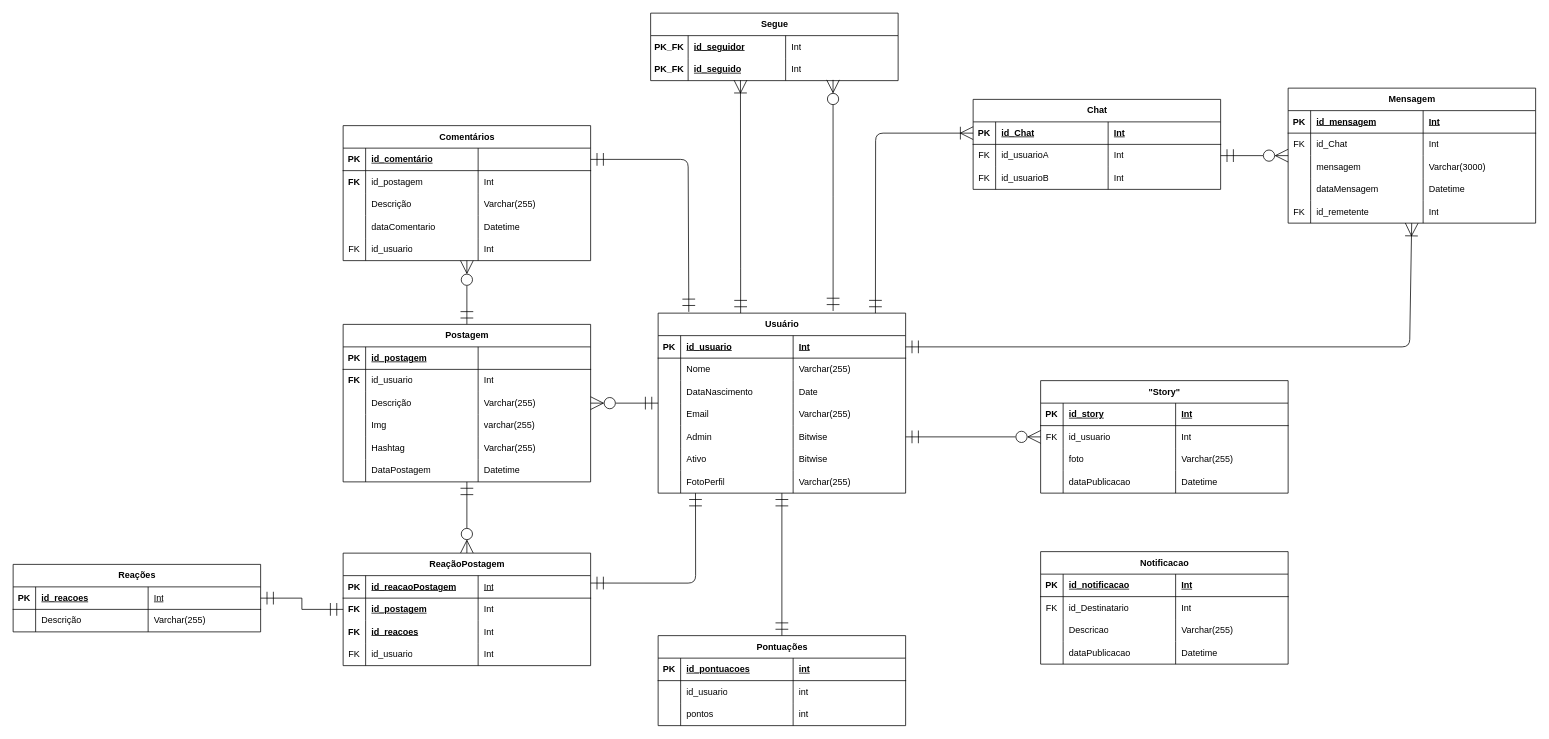
This is plans/db_modeling.drawio from wallacin07/SocialMedia_WebProject, a draw.io file, before an edit. Source tidied: cells renumbered, new cells numbered last; positions are measured from the earlier drawing's top-left corner, leaving out a move shared by most shapes. Both pictures are drawn from the tidied source at 75%, with x=0, y=0 at pixel (13, 13).
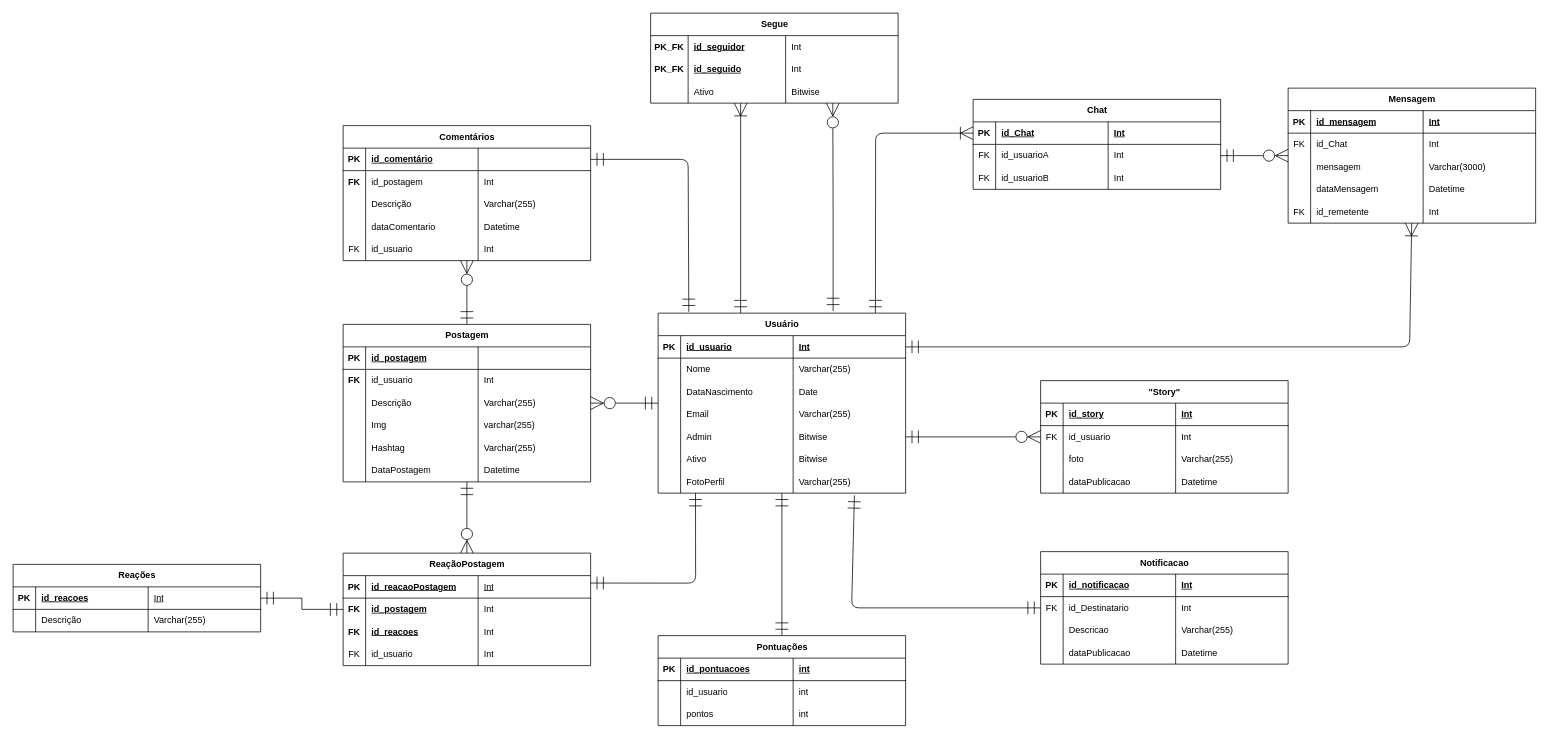
The same page after the edit.

Commit message:
cabo por hj

The change refers to these unchanged cells:
```xml
<mxCell id="4" value="Usuário" style="shape=table;startSize=30;childLayout=tableLayout;rowLines=0;fontStyle=1;align=center;html=1;" parent="1" vertex="1">
  <mxGeometry x="860" y="400" width="330" height="240" as="geometry" />
</mxCell>
<mxCell id="29" style="shape=tableRow;horizontal=0;startSize=0;swimlaneHead=0;swimlaneBody=0;fillColor=none;points=[[0,0.5],[1,0.5]];portConstraint=eastwest;top=0;left=0;right=0;bottom=0;" parent="4" vertex="1">
  <mxGeometry y="210" width="330" height="30" as="geometry" />
</mxCell>
<mxCell id="106" style="shape=tableRow;horizontal=0;startSize=0;swimlaneHead=0;swimlaneBody=0;fillColor=none;points=[[0,0.5],[1,0.5]];portConstraint=eastwest;top=0;left=0;right=0;bottom=0;" parent="101" vertex="1">
  <mxGeometry y="60" width="330" height="30" as="geometry" />
</mxCell>
<mxCell id="193" style="shape=tableRow;horizontal=0;startSize=0;swimlaneHead=0;swimlaneBody=0;fillColor=none;points=[[0,0.5],[1,0.5]];portConstraint=eastwest;top=0;left=0;right=0;bottom=0;" parent="188" vertex="1">
  <mxGeometry y="60" width="330" height="30" as="geometry" />
</mxCell>
```

What changed in the source:
```diff
@@
-    <mxCell id="3" style="edgeStyle=orthogonalEdgeStyle;rounded=0;jettySize=auto;html=1;entryX=0.737;entryY=0.966;entryDx=0;entryDy=0;entryPerimeter=0;endSize=15;startSize=15;endArrow=ERzeroToMany;endFill=0;startArrow=ERmandOne;startFill=0;exitX=0.707;exitY=-0.012;exitDx=0;exitDy=0;exitPerimeter=0;" parent="1" edge="1" source="4" target="106">
+    <mxCell id="3" style="edgeStyle=orthogonalEdgeStyle;rounded=0;jettySize=auto;html=1;endSize=15;startSize=15;endArrow=ERzeroToMany;endFill=0;startArrow=ERmandOne;startFill=0;exitX=0.707;exitY=-0.012;exitDx=0;exitDy=0;exitPerimeter=0;entryX=0.736;entryY=1.005;entryDx=0;entryDy=0;entryPerimeter=0;" parent="1" edge="1" source="4" target="206">
       <mxGeometry relative="1" as="geometry" />
     </mxCell>
@@
     <mxCell id="101" value="Segue" style="shape=table;startSize=30;childLayout=tableLayout;rowLines=0;fontStyle=1;align=center;html=1;" parent="1" vertex="1">
-      <mxGeometry x="850" width="330" height="90" as="geometry" />
+      <mxGeometry x="850" width="330" height="120" as="geometry" />
     </mxCell>
@@
+    <mxCell id="206" style="shape=tableRow;horizontal=0;startSize=0;swimlaneHead=0;swimlaneBody=0;fillColor=none;points=[[0,0.5],[1,0.5]];portConstraint=eastwest;top=0;left=0;right=0;bottom=0;" parent="101" vertex="1">
+      <mxGeometry y="90" width="330" height="30" as="geometry" />
+    </mxCell>
+    <mxCell id="207" style="shape=partialRectangle;fillColor=none;top=0;left=0;bottom=0;right=0;overflow=hidden;whiteSpace=wrap;html=1;" parent="206" vertex="1">
+      <mxGeometry width="50" height="30" as="geometry" />
+    </mxCell>
+    <mxCell id="208" value="Ativo" style="shape=partialRectangle;fillColor=none;top=0;left=0;bottom=0;right=0;align=left;spacingLeft=6;overflow=hidden;whiteSpace=wrap;html=1;" parent="206" vertex="1">
+      <mxGeometry x="50" width="130" height="30" as="geometry" />
+    </mxCell>
+    <mxCell id="209" value="Bitwise" style="shape=partialRectangle;fillColor=none;top=0;left=0;bottom=0;right=0;align=left;spacingLeft=6;overflow=hidden;whiteSpace=wrap;html=1;" parent="206" vertex="1">
+      <mxGeometry x="180" width="150" height="30" as="geometry" />
+    </mxCell>
-    <mxCell id="110" style="endArrow=ERmandOne;html=1;rounded=0;endSize=15;startSize=15;exitX=0.363;exitY=0.982;exitDx=0;exitDy=0;exitPerimeter=0;endFill=0;startArrow=ERoneToMany;startFill=0;" parent="1" edge="1" source="106">
+    <mxCell id="110" style="endArrow=ERmandOne;html=1;rounded=0;endSize=15;startSize=15;endFill=0;startArrow=ERoneToMany;startFill=0;" parent="1" edge="1">
       <mxGeometry relative="1" as="geometry">
+        <mxPoint x="970" y="120" as="sourcePoint" />
         <mxPoint x="970" y="400" as="targetPoint" />
         <Array as="points">
           <mxPoint x="970" y="340" />
         </Array>
       </mxGeometry>
     </mxCell>
@@
+    <mxCell id="210" style="edgeStyle=none;html=1;exitX=0;exitY=0.5;exitDx=0;exitDy=0;entryX=0.793;entryY=1.099;entryDx=0;entryDy=0;entryPerimeter=0;startArrow=ERmandOne;startFill=0;endArrow=ERmandOne;endFill=0;startSize=15;endSize=15;" parent="1" edge="1" source="193" target="29">
+      <mxGeometry relative="1" as="geometry">
+        <Array as="points">
+          <mxPoint x="1118" y="793" />
+        </Array>
+      </mxGeometry>
+    </mxCell>
```
